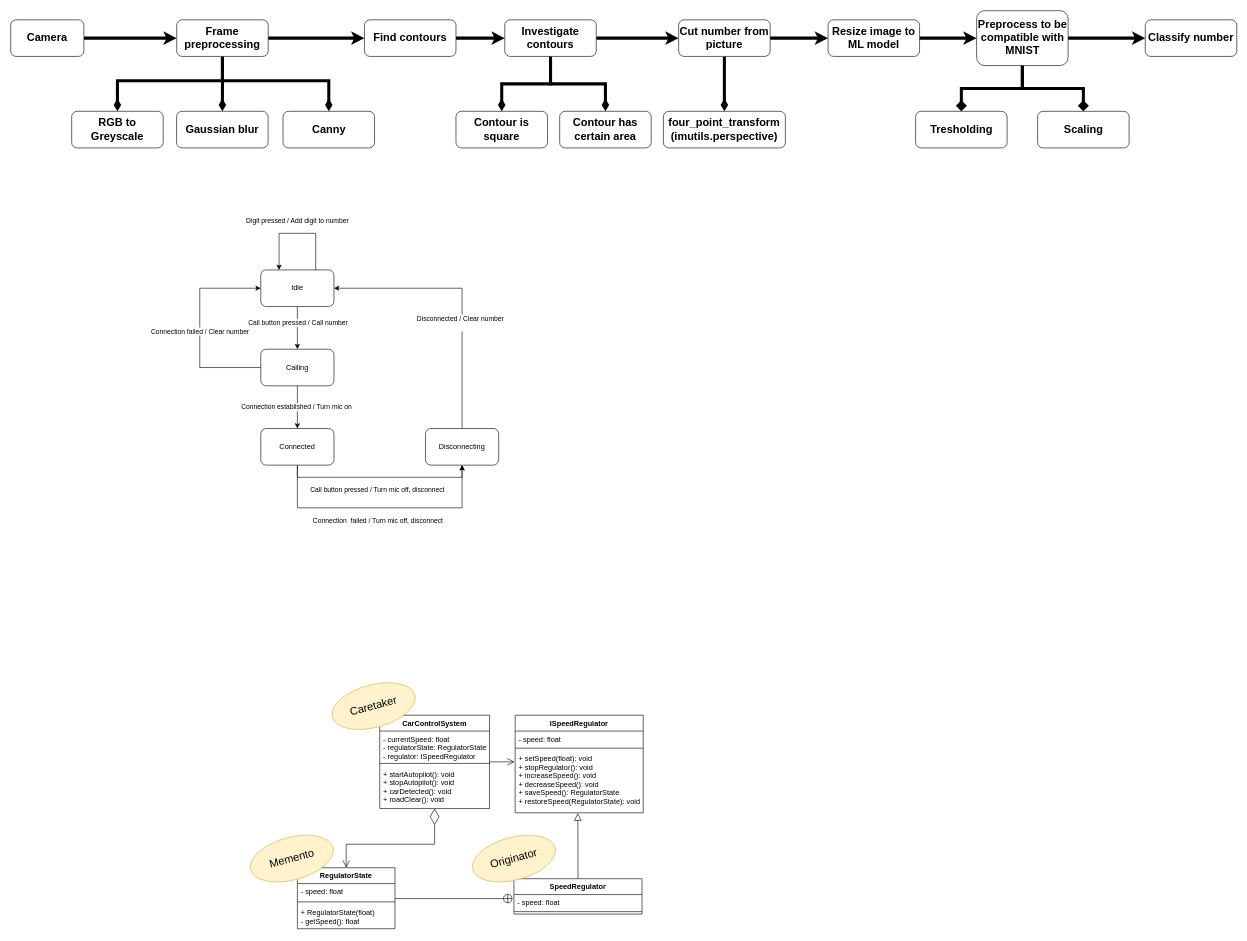
The draw.io diagram MementoPattern.drawio in kehlet10/TheMementoPatternCarControl, before the edit. Source tidied: cells renumbered, new cells numbered last; positions are measured from the earlier drawing's top-left corner, leaving out a move shared by most shapes. Both pictures are drawn from the tidied source at 61%, with x=0, y=0 at pixel (10, 10).
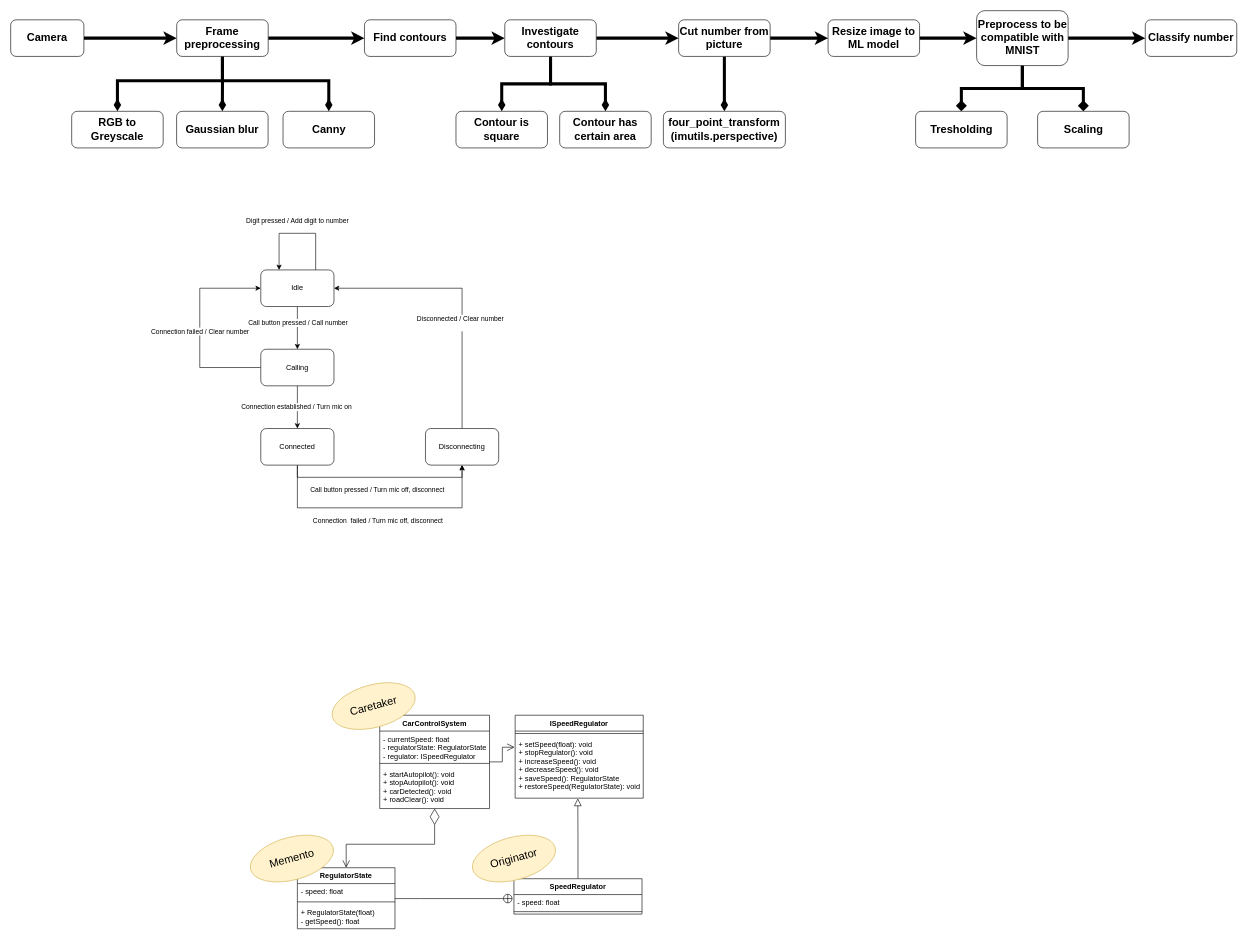
The same page after the edit.

Commit message:
Removed speed variable from interface

Diff of the diagram source:
```diff
@@
     <mxCell id="67" value="ISpeedRegulator" style="swimlane;fontStyle=1;align=center;verticalAlign=top;horizontal=1;startSize=26;" parent="1" vertex="1">
-      <mxGeometry x="827" y="1155" width="210" height="160" as="geometry" />
+      <mxGeometry x="827" y="1155" width="210" height="136" as="geometry" />
     </mxCell>
-    <mxCell id="68" value="- speed: float" style="text;strokeColor=none;fillColor=none;align=left;verticalAlign=top;spacingLeft=4;spacingRight=4;overflow=hidden;" parent="67" vertex="1">
-      <mxGeometry y="26" width="210" height="24" as="geometry" />
-    </mxCell>
     <mxCell id="69" style="line;strokeWidth=1;fillColor=none;align=left;verticalAlign=middle;spacingTop=-1;spacingLeft=3;spacingRight=3;labelPosition=right;" parent="67" vertex="1">
-      <mxGeometry y="50" width="210" height="8" as="geometry" />
+      <mxGeometry y="26" width="210" height="8" as="geometry" />
     </mxCell>
     <mxCell id="70" value="+ setSpeed(float): void&#10;+ stopRegulator(): void&#10;+ increaseSpeed(): void &#10;+ decreaseSpeed(): void&#10;+ saveSpeed(): RegulatorState&#10;+ restoreSpeed(RegulatorState): void" style="text;strokeColor=none;fillColor=none;align=left;verticalAlign=top;spacingLeft=4;spacingRight=4;overflow=hidden;points=[[0,0.5],[1,0.5]];portConstraint=eastwest;" parent="67" vertex="1">
-      <mxGeometry y="58" width="210" height="102" as="geometry" />
+      <mxGeometry y="34" width="210" height="102" as="geometry" />
     </mxCell>
```
